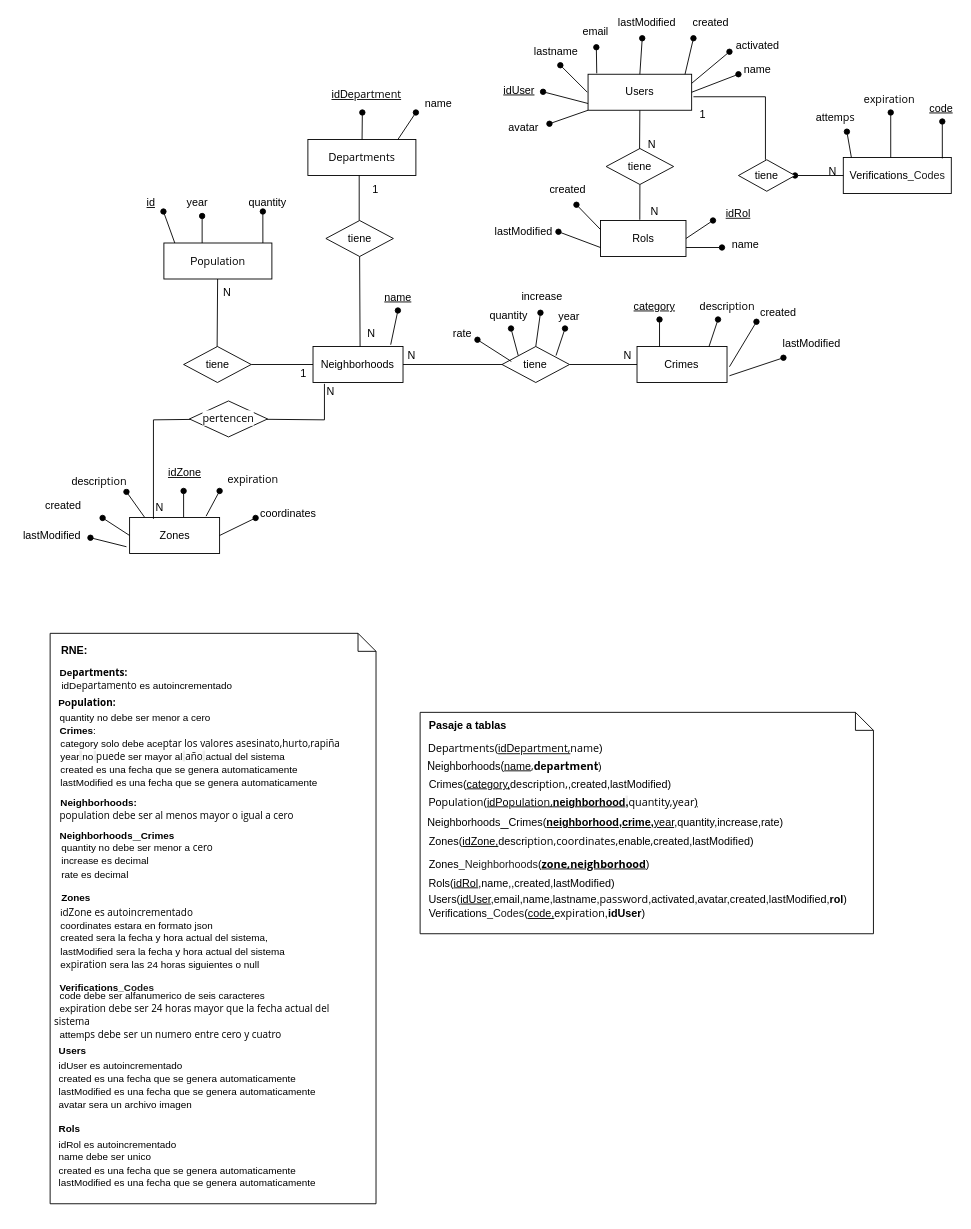
The draw.io diagram CityRisksMapsDER.drawio in Agustin15/CityRisksMaps, before the edit. Source tidied: cells renumbered, new cells numbered last; positions are measured from the earlier drawing's top-left corner, leaving out a move shared by most shapes. Both pictures are drawn from the tidied source at 90%, with x=0, y=0 at pixel (14, 15).
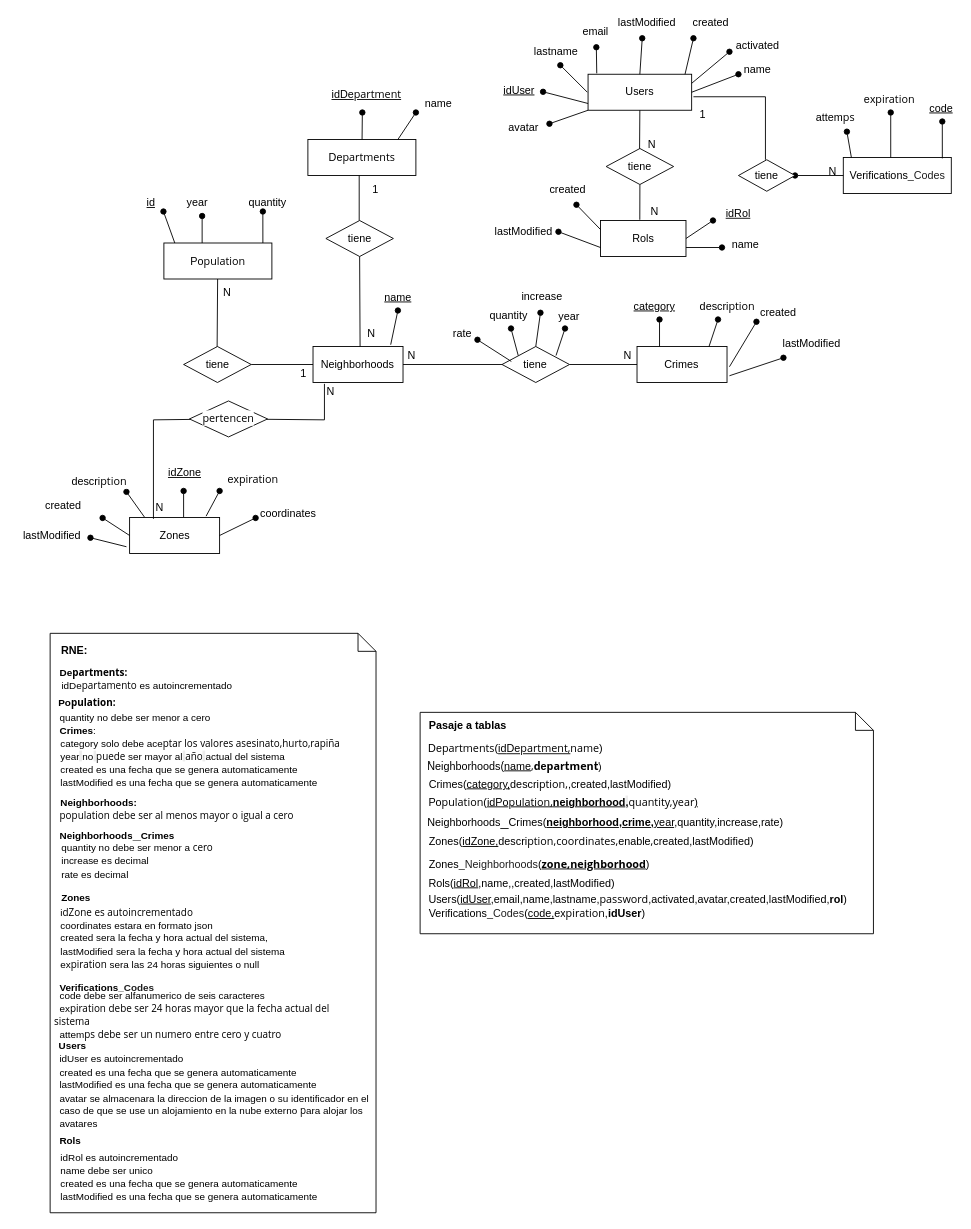
Above is the later version.

The edit, as a diff of the source:
```diff
@@
     <mxCell id="22" style="shape=note;size=20;whiteSpace=wrap;html=1;align=left;" parent="1" vertex="1">
-      <mxGeometry x="39.2" y="686.2" width="362.1" height="633.8" as="geometry" />
+      <mxGeometry x="39.2" y="686.2" width="362.1" height="643.8" as="geometry" />
     </mxCell>
@@
     <mxCell id="97" value="&lt;div style=&quot;text-align: center;&quot;&gt;&lt;span style=&quot;font-size: 11px;&quot;&gt;&lt;b&gt;Users&lt;/b&gt;&lt;/span&gt;&lt;/div&gt;" style="text;html=1;align=left;verticalAlign=middle;whiteSpace=wrap;rounded=0;" parent="1" vertex="1">
-      <mxGeometry x="47.4" y="1140" width="153.5" height="20" as="geometry" />
+      <mxGeometry x="47.4" y="1140" width="153.5" height="10" as="geometry" />
     </mxCell>
@@
     <mxCell id="99" value="&lt;div style=&quot;text-align: center;&quot;&gt;&lt;span style=&quot;font-size: 11px;&quot;&gt;&lt;b&gt;Rols&lt;/b&gt;&lt;/span&gt;&lt;/div&gt;" style="text;html=1;align=left;verticalAlign=middle;whiteSpace=wrap;rounded=0;" parent="1" vertex="1">
-      <mxGeometry x="46.6" y="1226.5" width="150.5" height="20" as="geometry" />
+      <mxGeometry x="47.7" y="1240" width="150.5" height="20" as="geometry" />
     </mxCell>
     <mxCell id="100" value="&lt;span style=&quot;font-size: 11px;&quot;&gt;idRol es autoincrementado&lt;/span&gt;&lt;div&gt;&lt;span style=&quot;font-size: 11px;&quot;&gt;name debe ser unico&lt;/span&gt;&lt;span style=&quot;font-size: 11px;&quot;&gt;&lt;/span&gt;&lt;/div&gt;&lt;div&gt;&lt;div&gt;&lt;span style=&quot;font-size: 11px;&quot;&gt;created es una fecha que se genera automaticamente&lt;/span&gt;&lt;span style=&quot;font-size: 11px;&quot;&gt;&lt;/span&gt;&lt;/div&gt;&lt;div&gt;&lt;span style=&quot;font-size: 11px;&quot;&gt;lastModified es una fecha que se genera automaticamente&lt;/span&gt;&lt;/div&gt;&lt;/div&gt;" style="text;html=1;align=left;verticalAlign=middle;whiteSpace=wrap;rounded=0;" parent="1" vertex="1">
-      <mxGeometry x="47.4" y="1246.5" width="346.4" height="56.5" as="geometry" />
+      <mxGeometry x="48.5" y="1260" width="346.4" height="60" as="geometry" />
     </mxCell>
@@
-    <mxCell id="105" value="&lt;span style=&quot;font-size: 11px;&quot;&gt;idUser es autoincrementado&lt;/span&gt;&lt;div&gt;&lt;span style=&quot;font-size: 11px;&quot;&gt;created es una fecha que se genera automaticamente&lt;/span&gt;&lt;span style=&quot;font-size: 11px;&quot;&gt;&lt;/span&gt;&lt;/div&gt;&lt;div&gt;&lt;span style=&quot;font-size: 11px;&quot;&gt;lastModified es una fecha que se genera automaticamente&lt;/span&gt;&lt;span style=&quot;font-size: 11px;&quot;&gt;&lt;/span&gt;&lt;/div&gt;&lt;div&gt;&lt;span style=&quot;font-size: 11px;&quot;&gt;avatar sera un archivo imagen&lt;/span&gt;&lt;/div&gt;" style="text;html=1;align=left;verticalAlign=middle;whiteSpace=wrap;rounded=0;" parent="1" vertex="1">
-      <mxGeometry x="47.4" y="1160" width="320" height="56.5" as="geometry" />
+    <mxCell id="105" value="&lt;span style=&quot;font-size: 11px;&quot;&gt;idUser es autoincrementado&lt;/span&gt;&lt;div&gt;&lt;span style=&quot;font-size: 11px;&quot;&gt;created es una fecha que se genera automaticamente&lt;/span&gt;&lt;span style=&quot;font-size: 11px;&quot;&gt;&lt;/span&gt;&lt;/div&gt;&lt;div&gt;&lt;span style=&quot;font-size: 11px;&quot;&gt;lastModified es una fecha que se genera automaticamente&lt;/span&gt;&lt;span style=&quot;font-size: 11px;&quot;&gt;&lt;/span&gt;&lt;/div&gt;&lt;div&gt;&lt;span style=&quot;font-size: 11px;&quot;&gt;avatar se almacenara la direccion de la imagen o su identificador en el caso de que se use un alojamiento en la nube externo&amp;nbsp;&lt;/span&gt;&lt;span style=&quot;background-color: rgb(255, 255, 255); font-family: &amp;quot;Open Sans&amp;quot;, Arial, Helvetica, sans-serif; color: light-dark(rgb(0, 0, 0), rgb(255, 255, 255));&quot;&gt;&lt;font style=&quot;font-size: 11px;&quot;&gt;p&lt;/font&gt;&lt;/span&gt;&lt;span style=&quot;font-size: 11px; background-color: transparent; color: light-dark(rgb(0, 0, 0), rgb(255, 255, 255));&quot;&gt;ara alojar los avatares&amp;nbsp;&lt;/span&gt;&lt;/div&gt;" style="text;html=1;align=left;verticalAlign=middle;whiteSpace=wrap;rounded=0;" parent="1" vertex="1">
+      <mxGeometry x="47.7" y="1150" width="347.4" height="90" as="geometry" />
     </mxCell>
```
